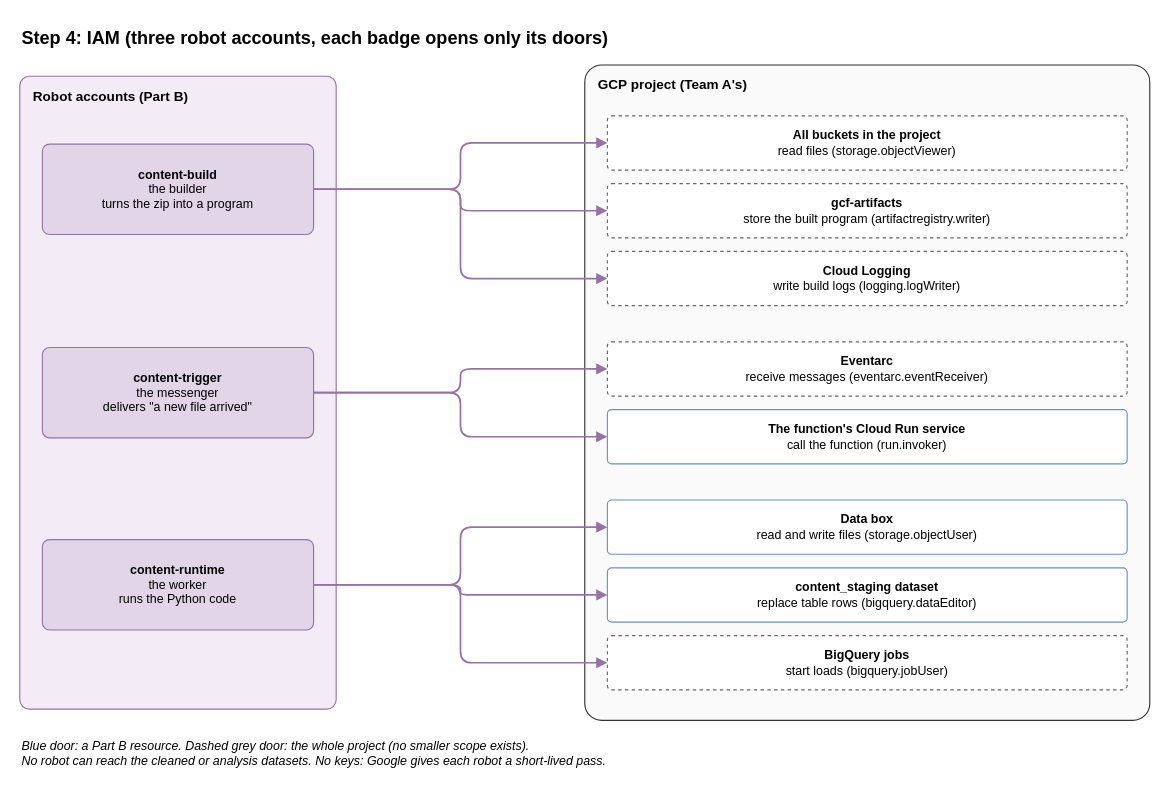
The draw.io diagram review_plan/diagrams/step-4_iam.drawio in beatanemeth/gcp-content-intelligence-platform_planning, before the edit. Source tidied: cells renumbered, new cells numbered last; positions are measured from the earlier drawing's top-left corner, leaving out a move shared by most shapes. Both pictures are drawn from the tidied source at 113%, with x=0, y=0 at pixel (19, 19).
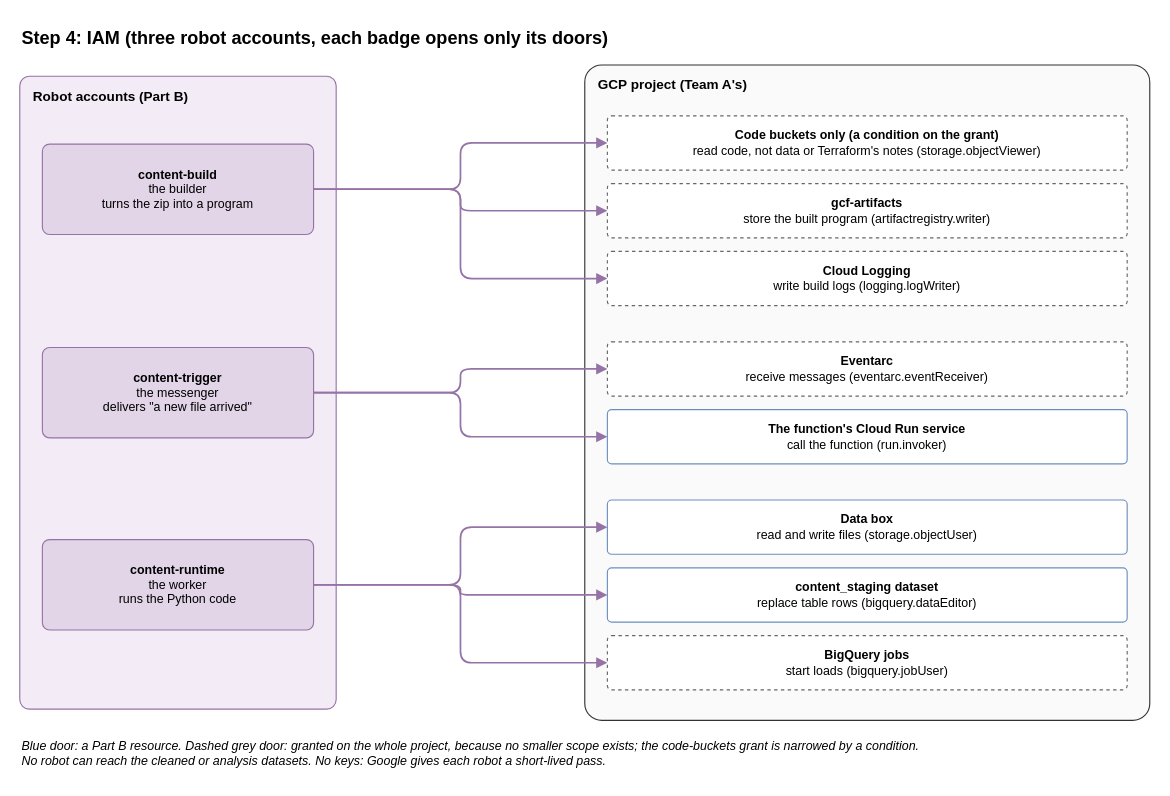
Above is the later version.

Commit message (it also covers changes not shown here):
docs: limit the build account's bucket access with an IAM condition

Change to the diagram source:
```diff
@@
-    <mxCell id="8" value="&lt;b&gt;All buckets in the project&lt;/b&gt;&lt;br&gt;read files (storage.objectViewer)" style="rounded=1;whiteSpace=wrap;html=1;arcSize=8;fontSize=11;fillColor=#ffffff;strokeColor=#666666;dashed=1;" parent="1" vertex="1">
+    <mxCell id="8" value="&lt;b&gt;Code buckets only (a condition on the grant)&lt;/b&gt;&lt;br&gt;read code, not data or Terraform's notes (storage.objectViewer)" style="rounded=1;whiteSpace=wrap;html=1;arcSize=8;fontSize=11;fillColor=#ffffff;strokeColor=#666666;dashed=1;" parent="1" vertex="1">
       <mxGeometry x="520" y="85" width="460" height="48" as="geometry" />
     </mxCell>
@@
-    <mxCell id="24" value="Blue door: a Part B resource. Dashed grey door: the whole project (no smaller scope exists).&lt;br&gt;No robot can reach the cleaned or analysis datasets. No keys: Google gives each robot a short-lived pass." style="text;html=1;align=left;verticalAlign=top;whiteSpace=wrap;fontSize=11;fontStyle=2;" parent="1" vertex="1">
+    <mxCell id="24" value="Blue door: a Part B resource. Dashed grey door: granted on the whole project, because no smaller scope exists; the code-buckets grant is narrowed by a condition.&lt;br&gt;No robot can reach the cleaned or analysis datasets. No keys: Google gives each robot a short-lived pass." style="text;html=1;align=left;verticalAlign=top;whiteSpace=wrap;fontSize=11;fontStyle=2;" parent="1" vertex="1">
       <mxGeometry y="630" width="1000" height="40" as="geometry" />
     </mxCell>
```
